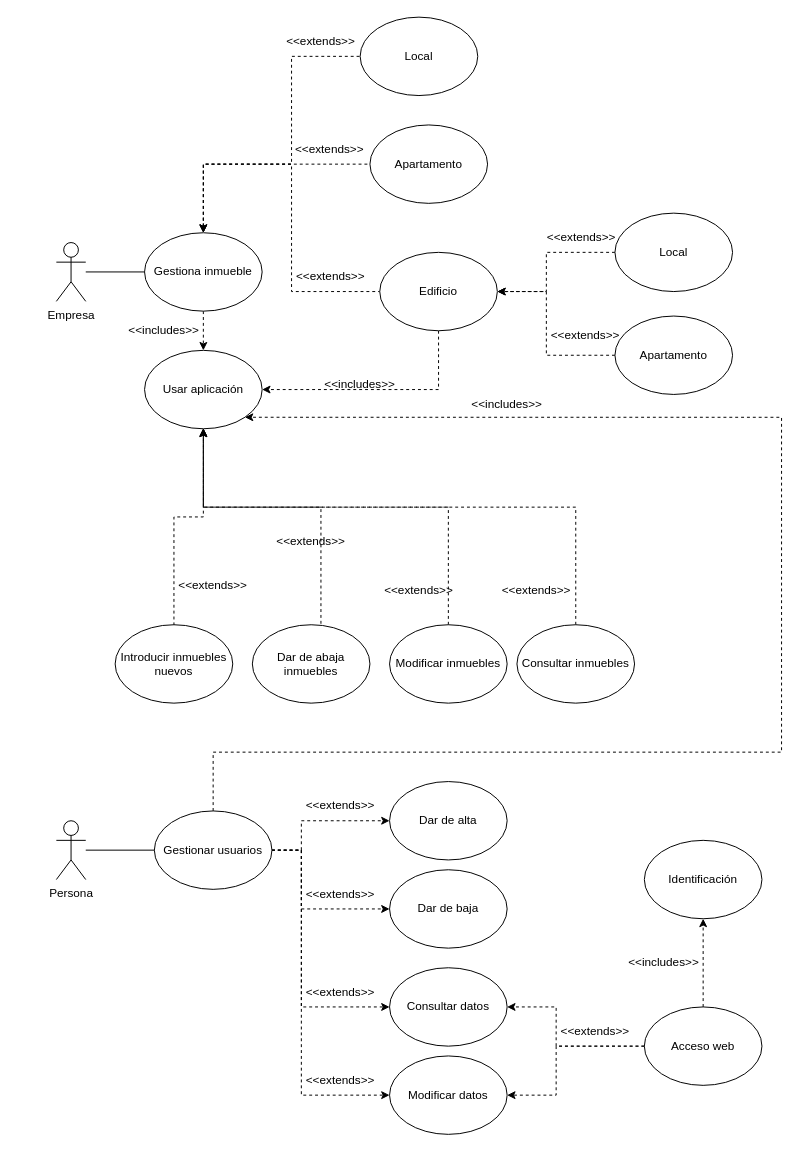
This is Entornos/Tema 06/Gestion inmuebles.drawio from vjp-rosangelaRC/Netbeans, a draw.io file, before an edit. Source tidied: cells renumbered, new cells numbered last; positions are measured from the earlier drawing's top-left corner, leaving out a move shared by most shapes. Both pictures are drawn from the tidied source at 98%, with x=0, y=0 at pixel (56, 17).
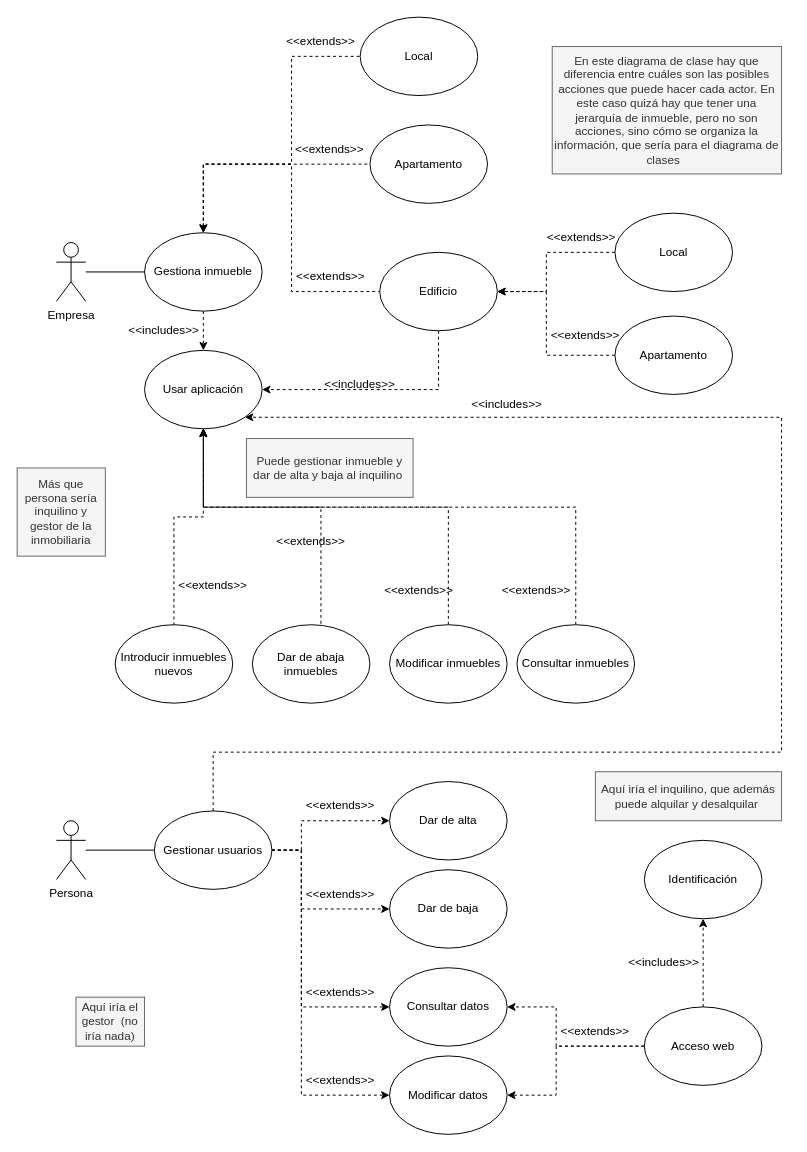
Above is the later version.

The edit, as a diff of the source:
```diff
@@
+    <mxCell id="61" value="Más que persona sería inquilino y gestor de la inmobiliaria" style="text;html=1;strokeColor=#666666;fillColor=#f5f5f5;align=center;verticalAlign=middle;whiteSpace=wrap;rounded=0;fontColor=#333333;" parent="1" vertex="1">
+      <mxGeometry x="-40" y="460" width="90" height="90" as="geometry" />
+    </mxCell>
+    <mxCell id="62" value="En este diagrama de clase hay que diferencia entre cuáles son las posibles acciones que puede hacer cada actor. En este caso quizá hay que tener una jerarquía de inmueble, pero no son acciones, sino cómo se organiza la información, que sería para el diagrama de clases&amp;nbsp;&amp;nbsp;" style="text;html=1;strokeColor=#666666;fillColor=#f5f5f5;align=center;verticalAlign=middle;whiteSpace=wrap;rounded=0;fontColor=#333333;" parent="1" vertex="1">
+      <mxGeometry x="506" y="30" width="234" height="130" as="geometry" />
+    </mxCell>
+    <mxCell id="63" value="Puede gestionar inmueble y dar de alta y baja al inquilino&amp;nbsp;" style="text;html=1;strokeColor=#666666;fillColor=#f5f5f5;align=center;verticalAlign=middle;whiteSpace=wrap;rounded=0;fontColor=#333333;" parent="1" vertex="1">
+      <mxGeometry x="194" y="430" width="170" height="60" as="geometry" />
+    </mxCell>
+    <mxCell id="64" value="Aquí iría el gestor&amp;nbsp; (no iría nada)" style="text;html=1;strokeColor=#666666;fillColor=#f5f5f5;align=center;verticalAlign=middle;whiteSpace=wrap;rounded=0;fontColor=#333333;" parent="1" vertex="1">
+      <mxGeometry x="20" y="1000" width="70" height="50" as="geometry" />
+    </mxCell>
+    <mxCell id="65" value="Aquí iría el inquilino, que además puede alquilar y desalquilar&amp;nbsp;" style="text;html=1;strokeColor=#666666;fillColor=#f5f5f5;align=center;verticalAlign=middle;whiteSpace=wrap;rounded=0;fontColor=#333333;" parent="1" vertex="1">
+      <mxGeometry x="550" y="770" width="190" height="50" as="geometry" />
+    </mxCell>
```
